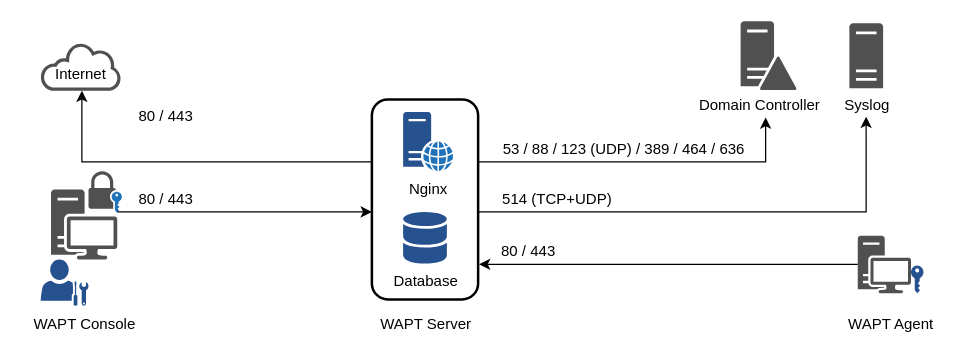
tranquilit/WAPT-Documentation keeps this draw.io diagram as source/wapt_draw.io_diagrams/diagramme_flux.drawio. Above is the earlier version. Source tidied: cells renumbered, new cells numbered last; positions are measured from the earlier drawing's top-left corner, leaving out a move shared by most shapes. Both pictures are drawn from the tidied source at 125%, with x=0, y=0 at pixel (21, 21).
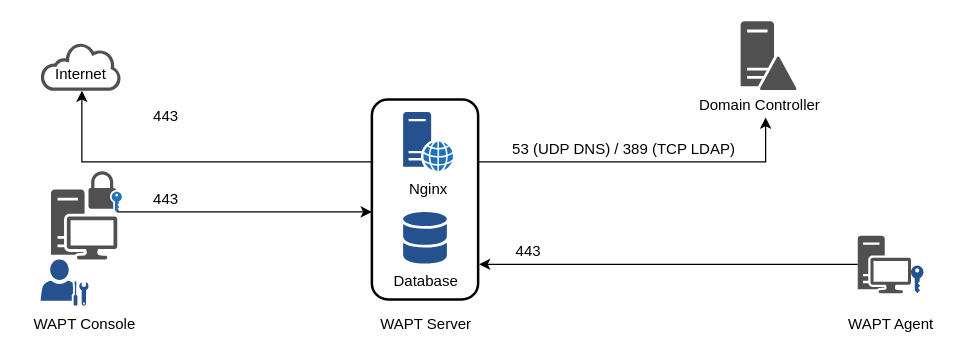
The same page after the edit.

Commit message (it also covers changes not shown here):
inverse flux

Unchanged cells that the change refers to:
```xml
<mxCell id="3" style="rounded=1;whiteSpace=wrap;html=1;strokeWidth=2;" parent="1" vertex="1">
  <mxGeometry x="280" y="62" width="85" height="160" as="geometry" />
</mxCell>
```

What changed in the source:
```diff
@@
-    <mxCell id="12" value="80 / 443" style="text;html=1;align=center;verticalAlign=middle;" parent="1" vertex="1">
-      <mxGeometry x="375" y="174" width="60" height="20" as="geometry" />
+    <mxCell id="12" value="443" style="text;html=1;align=center;verticalAlign=middle;" parent="1" vertex="1">
+      <mxGeometry x="385" y="174" width="40" height="20" as="geometry" />
     </mxCell>
-    <mxCell id="13" value="53 / 88 / 123 (UDP) / 389 / 464 / 636&amp;nbsp;" style="text;html=1;align=center;verticalAlign=middle;" parent="1" vertex="1">
-      <mxGeometry x="377.5" y="91.8" width="210" height="20" as="geometry" />
+    <mxCell id="13" value="53 (UDP DNS) / 389 (TCP LDAP)&amp;nbsp;" style="text;html=1;align=center;verticalAlign=middle;" parent="1" vertex="1">
+      <mxGeometry x="382.5" y="91.8" width="200" height="20" as="geometry" />
     </mxCell>
-    <mxCell id="14" style="edgeStyle=orthogonalEdgeStyle;rounded=0;jettySize=auto;html=1;exitX=1;exitY=0.5;exitDx=0;exitDy=0;entryX=0.498;entryY=0.967;entryDx=0;entryDy=0;entryPerimeter=0;" parent="1" edge="1" source="3" target="23">
-      <mxGeometry relative="1" as="geometry">
-        <Array as="points">
-          <mxPoint x="365" y="152" />
-          <mxPoint x="675" y="152" />
-        </Array>
-      </mxGeometry>
-    </mxCell>
-    <mxCell id="15" value="514 (TCP+UDP)" style="text;html=1;align=center;verticalAlign=middle;" parent="1" vertex="1">
-      <mxGeometry x="377.5" y="132" width="100" height="20" as="geometry" />
-    </mxCell>
@@
-    <mxCell id="17" value="80 / 443" style="text;html=1;align=center;verticalAlign=middle;" parent="1" vertex="1">
-      <mxGeometry x="85" y="65.8" width="60" height="20" as="geometry" />
+    <mxCell id="17" value="443" style="text;html=1;align=center;verticalAlign=middle;" parent="1" vertex="1">
+      <mxGeometry x="95" y="65.8" width="40" height="20" as="geometry" />
     </mxCell>
@@
-    <mxCell id="21" style="group;" parent="1" vertex="1">
-      <mxGeometry x="650.5" y="1" width="50" height="75.5" as="geometry" />
-    </mxCell>
-    <mxCell id="22" style="shadow=0;dashed=0;html=1;strokeColor=none;fillColor=#505050;labelPosition=center;verticalLabelPosition=bottom;verticalAlign=top;align=center;shape=mxgraph.office.servers.server_generic;" parent="21" vertex="1">
-      <mxGeometry x="11.5" width="27" height="52" as="geometry" />
-    </mxCell>
-    <mxCell id="23" value="Syslog" style="text;html=1;align=center;verticalAlign=middle;points=[];" parent="21" vertex="1">
-      <mxGeometry y="55.5" width="50" height="20" as="geometry" />
-    </mxCell>
@@
-    <mxCell id="32" value="80 / 443" style="text;html=1;align=center;verticalAlign=middle;" parent="1" vertex="1">
-      <mxGeometry x="85" y="132" width="60" height="20" as="geometry" />
+    <mxCell id="32" value="443" style="text;html=1;align=center;verticalAlign=middle;" parent="1" vertex="1">
+      <mxGeometry x="95" y="132" width="40" height="20" as="geometry" />
     </mxCell>
```
